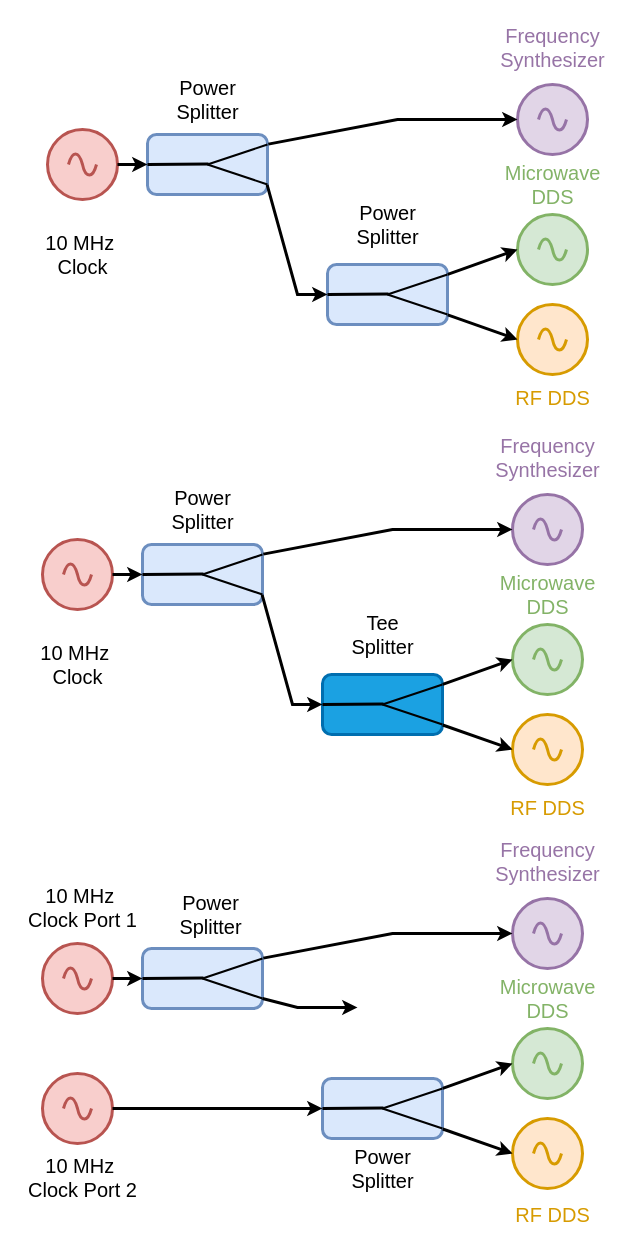
This is Block_Diagram/ClcokDistribution.drawio from QuantumDevil/DissertationPlot, a draw.io file, before an edit. Source tidied: cells renumbered, new cells numbered last; positions are measured from the earlier drawing's top-left corner, leaving out a move shared by most shapes. Both pictures are drawn from the tidied source at 100%, with x=0, y=0 at pixel (17, 17).
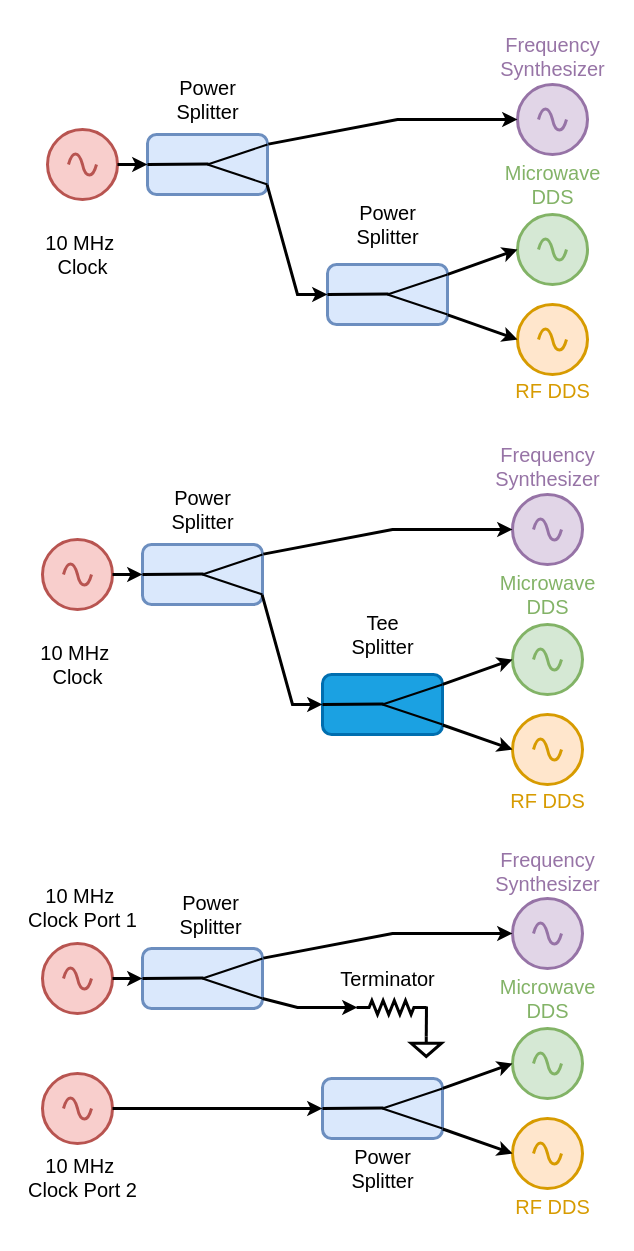
The same diagram, later.

What changed in the source:
```diff
@@
     <mxCell id="22" value="&lt;div&gt;Frequency&lt;/div&gt;&lt;div&gt;Synthesizer&lt;/div&gt;" style="text;html=1;align=center;verticalAlign=middle;strokeColor=none;fillColor=none;labelBackgroundColor=default;fontSize=20;fontFamily=Congenial;fontColor=light-dark(#9774a6, #ededed);" parent="1" vertex="1">
-      <mxGeometry x="470" width="130" height="60" as="geometry" />
+      <mxGeometry x="470" y="9" width="130" height="60" as="geometry" />
     </mxCell>
-    <mxCell id="23" value="&lt;div&gt;&lt;span style=&quot;background-color: light-dark(#ffffff, var(--ge-dark-color, #121212));&quot;&gt;Microwave&lt;/span&gt;&lt;/div&gt;&lt;div&gt;DDS&lt;/div&gt;" style="text;html=1;align=center;verticalAlign=middle;strokeColor=none;fillColor=none;labelBackgroundColor=default;fontSize=20;fontFamily=Congenial;fontColor=light-dark(#83b367, #ededed);" parent="1" vertex="1">
+    <mxCell id="23" value="&lt;div&gt;&lt;span style=&quot;&quot;&gt;Microwave&lt;/span&gt;&lt;/div&gt;&lt;div&gt;DDS&lt;/div&gt;" style="text;html=1;align=center;verticalAlign=middle;strokeColor=none;fillColor=none;labelBackgroundColor=none;fontSize=20;fontFamily=Congenial;fontColor=light-dark(#83b367, #ededed);" parent="1" vertex="1">
       <mxGeometry x="475" y="137" width="120" height="60" as="geometry" />
     </mxCell>
     <mxCell id="24" value="&lt;div&gt;&lt;span style=&quot;background-color: light-dark(#ffffff, var(--ge-dark-color, #121212));&quot;&gt;RF DDS&lt;/span&gt;&lt;/div&gt;" style="text;html=1;align=center;verticalAlign=middle;strokeColor=none;fillColor=none;labelBackgroundColor=default;fontSize=20;fontFamily=Congenial;fontColor=light-dark(#d79b01, #ededed);" parent="1" vertex="1">
-      <mxGeometry x="490" y="360" width="90" height="40" as="geometry" />
+      <mxGeometry x="490" y="353" width="90" height="40" as="geometry" />
     </mxCell>
@@
     <mxCell id="45" value="&lt;div&gt;Frequency&lt;/div&gt;&lt;div&gt;Synthesizer&lt;/div&gt;" style="text;html=1;align=center;verticalAlign=middle;strokeColor=none;fillColor=none;labelBackgroundColor=default;fontSize=20;fontFamily=Congenial;fontColor=light-dark(#9774a6, #ededed);" parent="1" vertex="1">
-      <mxGeometry x="465" y="410" width="130" height="60" as="geometry" />
+      <mxGeometry x="465" y="419" width="130" height="60" as="geometry" />
     </mxCell>
-    <mxCell id="46" value="&lt;div&gt;&lt;span style=&quot;background-color: light-dark(#ffffff, var(--ge-dark-color, #121212));&quot;&gt;Microwave&lt;/span&gt;&lt;/div&gt;&lt;div&gt;DDS&lt;/div&gt;" style="text;html=1;align=center;verticalAlign=middle;strokeColor=none;fillColor=none;labelBackgroundColor=default;fontSize=20;fontFamily=Congenial;fontColor=light-dark(#83b367, #ededed);" parent="1" vertex="1">
+    <mxCell id="46" value="&lt;div&gt;&lt;span style=&quot;&quot;&gt;Microwave&lt;/span&gt;&lt;/div&gt;&lt;div&gt;DDS&lt;/div&gt;" style="text;html=1;align=center;verticalAlign=middle;strokeColor=none;fillColor=none;labelBackgroundColor=none;fontSize=20;fontFamily=Congenial;fontColor=light-dark(#83b367, #ededed);" parent="1" vertex="1">
       <mxGeometry x="470" y="547" width="120" height="60" as="geometry" />
     </mxCell>
     <mxCell id="47" value="&lt;div&gt;&lt;span style=&quot;background-color: light-dark(#ffffff, var(--ge-dark-color, #121212));&quot;&gt;RF DDS&lt;/span&gt;&lt;/div&gt;" style="text;html=1;align=center;verticalAlign=middle;strokeColor=none;fillColor=none;labelBackgroundColor=default;fontSize=20;fontFamily=Congenial;fontColor=light-dark(#d79b01, #ededed);" parent="1" vertex="1">
-      <mxGeometry x="485" y="770" width="90" height="40" as="geometry" />
+      <mxGeometry x="485" y="763" width="90" height="40" as="geometry" />
     </mxCell>
@@
     <mxCell id="67" value="&lt;div&gt;Frequency&lt;/div&gt;&lt;div&gt;Synthesizer&lt;/div&gt;" style="text;html=1;align=center;verticalAlign=middle;strokeColor=none;fillColor=none;labelBackgroundColor=default;fontSize=20;fontFamily=Congenial;fontColor=light-dark(#9774a6, #ededed);" parent="1" vertex="1">
-      <mxGeometry x="465" y="814" width="130" height="60" as="geometry" />
+      <mxGeometry x="465" y="824" width="130" height="60" as="geometry" />
     </mxCell>
-    <mxCell id="68" value="&lt;div&gt;&lt;span style=&quot;background-color: light-dark(#ffffff, var(--ge-dark-color, #121212));&quot;&gt;Microwave&lt;/span&gt;&lt;/div&gt;&lt;div&gt;DDS&lt;/div&gt;" style="text;html=1;align=center;verticalAlign=middle;strokeColor=none;fillColor=none;labelBackgroundColor=default;fontSize=20;fontFamily=Congenial;fontColor=light-dark(#83b367, #ededed);" parent="1" vertex="1">
+    <mxCell id="68" value="&lt;div&gt;&lt;span style=&quot;&quot;&gt;Microwave&lt;/span&gt;&lt;/div&gt;&lt;div&gt;DDS&lt;/div&gt;" style="text;html=1;align=center;verticalAlign=middle;strokeColor=none;fillColor=none;labelBackgroundColor=none;fontSize=20;fontFamily=Congenial;fontColor=light-dark(#83b367, #ededed);" parent="1" vertex="1">
       <mxGeometry x="470" y="951" width="120" height="60" as="geometry" />
     </mxCell>
     <mxCell id="69" value="&lt;div&gt;&lt;span style=&quot;background-color: light-dark(#ffffff, var(--ge-dark-color, #121212));&quot;&gt;RF DDS&lt;/span&gt;&lt;/div&gt;" style="text;html=1;align=center;verticalAlign=middle;strokeColor=none;fillColor=none;labelBackgroundColor=default;fontSize=20;fontFamily=Congenial;fontColor=light-dark(#d79b01, #ededed);" parent="1" vertex="1">
-      <mxGeometry x="490" y="1177" width="90" height="40" as="geometry" />
+      <mxGeometry x="490" y="1169" width="90" height="40" as="geometry" />
     </mxCell>
@@
+    <mxCell id="74" style="verticalLabelPosition=bottom;shadow=0;dashed=0;align=center;html=1;verticalAlign=top;shape=mxgraph.electrical.resistors.resistor_2;direction=west;strokeWidth=3;" parent="1" vertex="1">
+      <mxGeometry x="339" y="983" width="70" height="14" as="geometry" />
+    </mxCell>
+    <mxCell id="75" style="verticalLabelPosition=bottom;shadow=0;dashed=0;align=center;html=1;verticalAlign=top;shape=mxgraph.electrical.signal_sources.signal_ground;strokeWidth=3;" parent="1" vertex="1">
+      <mxGeometry x="393.5" y="1019" width="30.5" height="20" as="geometry" />
+    </mxCell>
+    <mxCell id="76" style="endArrow=none;html=1;rounded=0;exitX=0.5;exitY=0;exitDx=0;exitDy=0;exitPerimeter=0;strokeWidth=3;entryX=0;entryY=0.5;entryDx=0;entryDy=0;entryPerimeter=0;" parent="1" edge="1" source="75">
+      <mxGeometry relative="1" as="geometry">
+        <mxPoint x="409" y="989" as="targetPoint" />
+      </mxGeometry>
+    </mxCell>
+    <mxCell id="77" value="Terminator" style="text;html=1;align=center;verticalAlign=middle;strokeColor=none;fillColor=none;strokeWidth=1;fontSize=20;fontFamily=Congenial;" parent="1" vertex="1">
+      <mxGeometry x="310" y="941" width="120" height="40" as="geometry" />
+    </mxCell>
```
